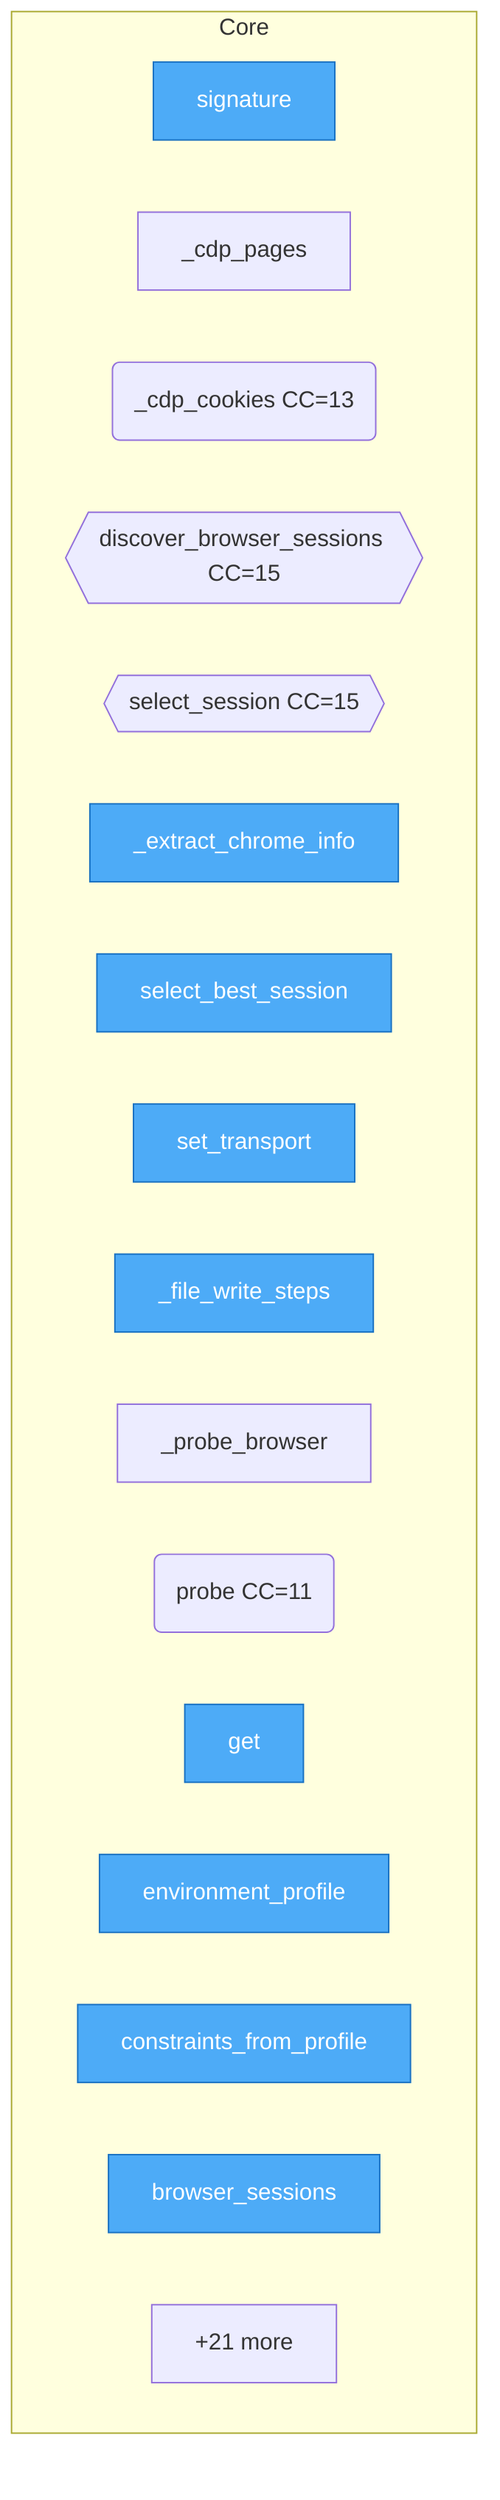
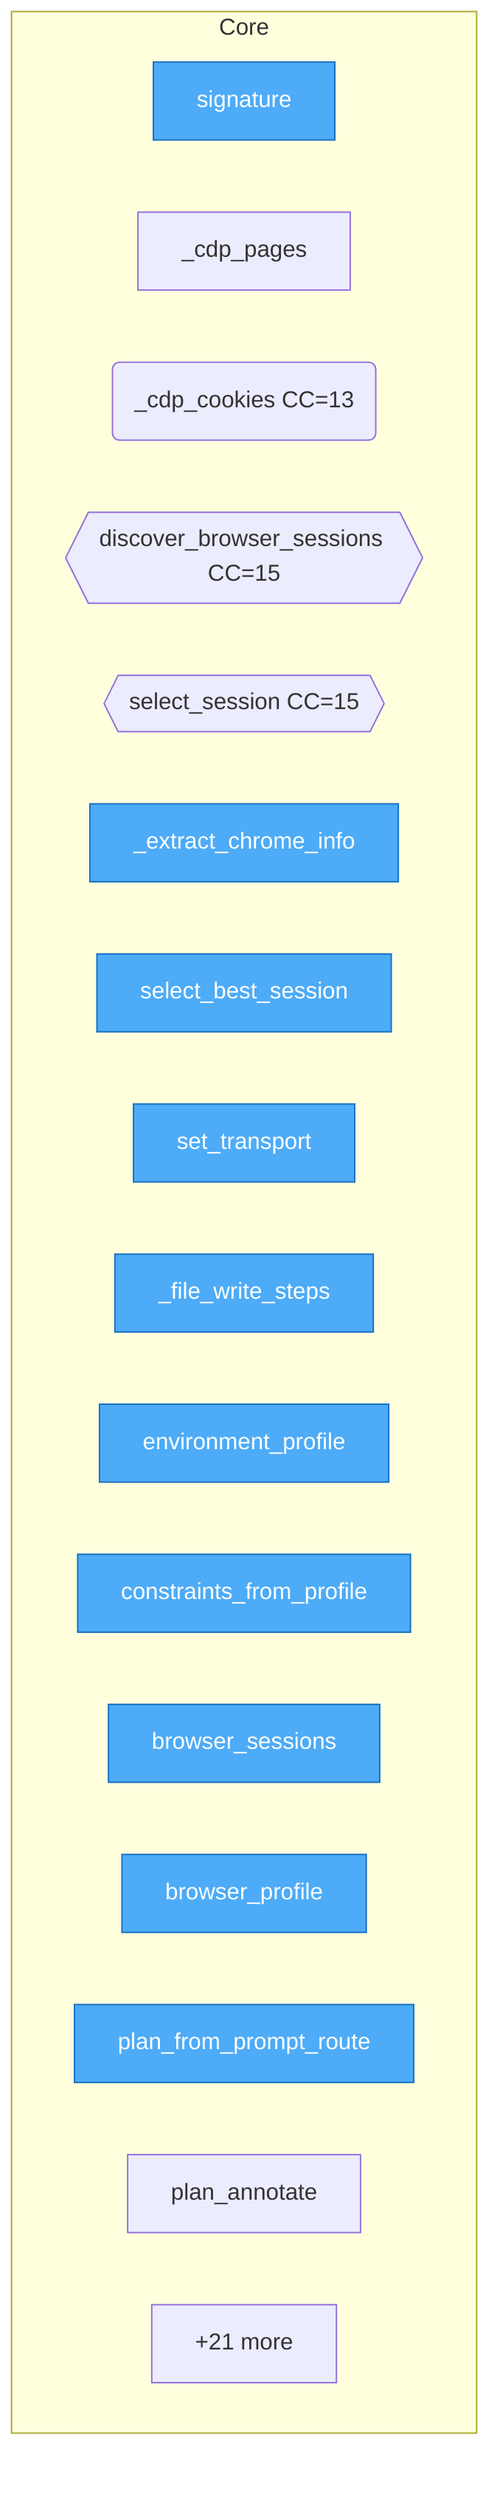
flowchart TD
%% generated in 0.00s

    %% Entry points (blue)
    classDef entry fill:#4dabf7,stroke:#1971c2,color:#fff

    subgraph Core
        urirun_connector_twin__sandbox__Scenario__signature["signature"]
        urirun_connector_twin__browser___cdp_pages["_cdp_pages"]
        urirun_connector_twin__browser___cdp_cookies("_cdp_cookies CC=13")
        urirun_connector_twin__browser__discover_browser_sessions{{discover_browser_sessions CC=15}}
        urirun_connector_twin__browser__select_session{{select_session CC=15}}
        urirun_connector_twin__browser___extract_chrome_info["_extract_chrome_info"]
        urirun_connector_twin__browser__select_best_session["select_best_session"]
        urirun_connector_twin__dispatch__set_transport["set_transport"]
        urirun_connector_twin__prompt_plan___file_write_steps["_file_write_steps"]
-         urirun_connector_twin__environment___probe_browser["_probe_browser"]
-         urirun_connector_twin__environment__probe("probe CC=11")
-         urirun_connector_twin__proof_cache__DictProofStore__get["get"]
        urirun_connector_twin__core__environment_profile["environment_profile"]
        urirun_connector_twin__core__constraints_from_profile["constraints_from_profile"]
        urirun_connector_twin__core__browser_sessions["browser_sessions"]
+         urirun_connector_twin__core__browser_profile["browser_profile"]
+         urirun_connector_twin__core__plan_from_prompt_route["plan_from_prompt_route"]
+         urirun_connector_twin__core__plan_annotate["plan_annotate"]
        ...["+21 more"]
    end

-     class urirun_connector_twin__sandbox__Scenario__signature,urirun_connector_twin__browser___extract_chrome_info,urirun_connector_twin__browser__select_best_session,urirun_connector_twin__dispatch__set_transport,urirun_connector_twin__prompt_plan___file_write_steps,urirun_connector_twin__proof_cache__DictProofStore__get,urirun_connector_twin__core__environment_profile,urirun_connector_twin__core__constraints_from_profile,urirun_connector_twin__core__browser_sessions,urirun_connector_twin__core__browser_profile entry
+     class urirun_connector_twin__sandbox__Scenario__signature,urirun_connector_twin__browser___extract_chrome_info,urirun_connector_twin__browser__select_best_session,urirun_connector_twin__dispatch__set_transport,urirun_connector_twin__prompt_plan___file_write_steps,urirun_connector_twin__core__environment_profile,urirun_connector_twin__core__constraints_from_profile,urirun_connector_twin__core__browser_sessions,urirun_connector_twin__core__browser_profile,urirun_connector_twin__core__plan_from_prompt_route entry
